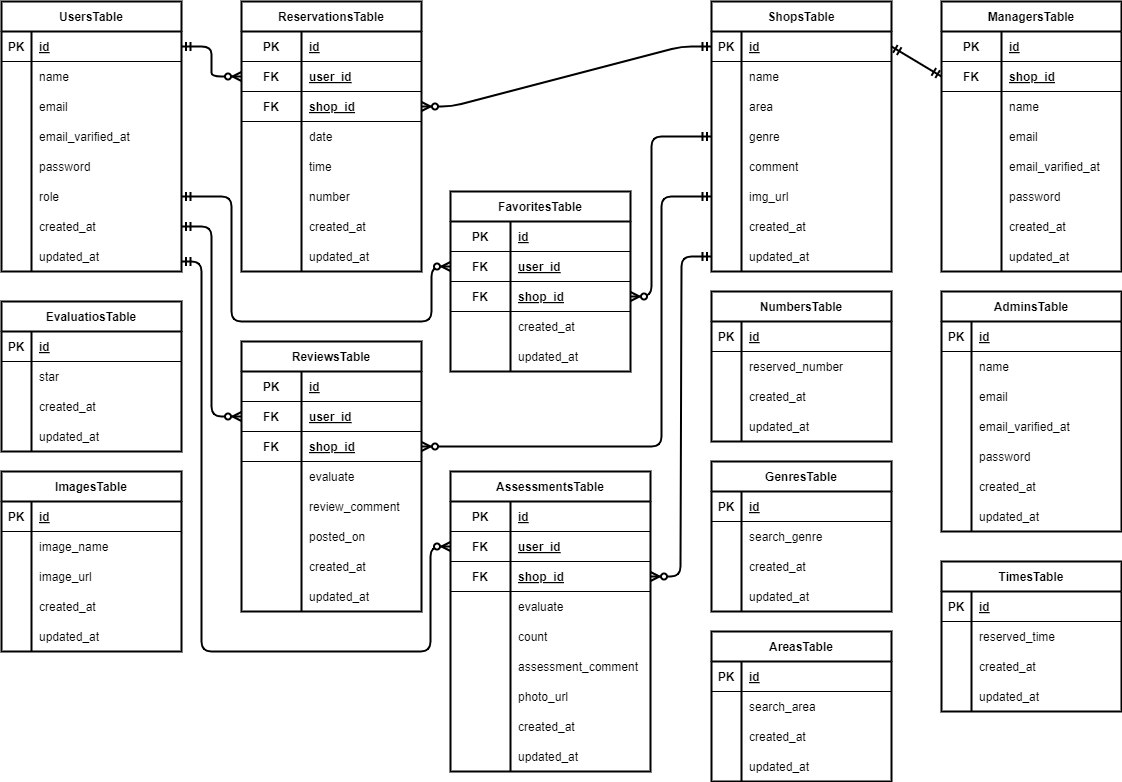
basstuba/rese keeps this draw.io diagram as rese.drawio.png. Above is the earlier version. Source tidied: cells renumbered, new cells last; positions are measured from the earlier drawing's top-left corner, leaving out a move shared by most shapes.
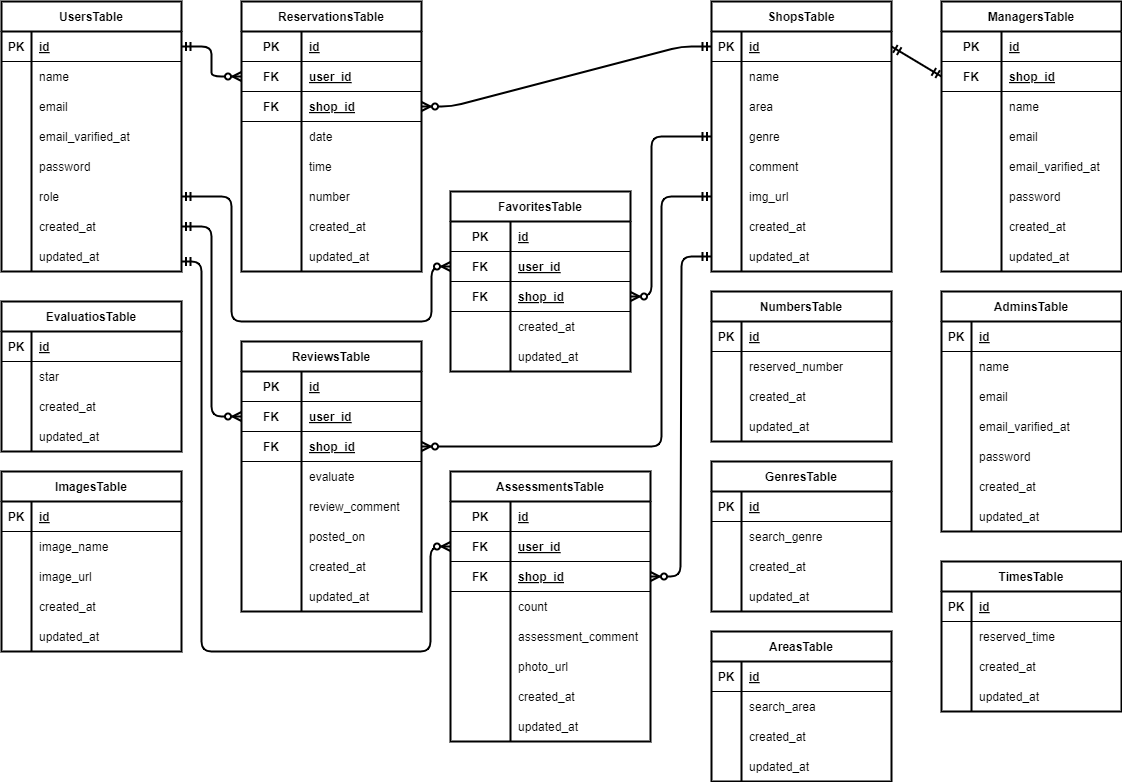
After the change.

Commit message:
README画像差し替え

Change to the diagram source:
```diff
@@ -773,7 +773,7 @@
       <mxGeometry relative="1" as="geometry" />
     </mxCell>
     <mxCell id="253" value="AssessmentsTable" style="shape=table;startSize=30;rowLines=0;fontStyle=1;align=center;swimlaneFillColor=default;strokeWidth=2;" parent="1" vertex="1">
-      <mxGeometry x="449" y="470" width="200" height="300" as="geometry" />
+      <mxGeometry x="449" y="470" width="200" height="270" as="geometry" />
     </mxCell>
     <mxCell id="254" style="shape=tableRow;horizontal=0;startSize=0;swimlaneHead=0;swimlaneBody=0;fillColor=none;top=0;left=0;right=0;bottom=1;" parent="253" vertex="1">
       <mxGeometry y="30" width="200" height="30" as="geometry" />
@@ -802,17 +802,8 @@
     <mxCell id="262" value="shop_id" style="shape=partialRectangle;fillColor=none;top=0;left=0;bottom=0;right=0;align=left;spacingLeft=6;fontStyle=5;overflow=hidden;" parent="260" vertex="1">
       <mxGeometry x="60" width="140" height="30" as="geometry" />
     </mxCell>
-    <mxCell id="263" style="shape=tableRow;horizontal=0;startSize=0;swimlaneHead=0;swimlaneBody=0;fillColor=none;top=0;left=0;right=0;bottom=0;" parent="253" vertex="1">
-      <mxGeometry y="120" width="200" height="30" as="geometry" />
-    </mxCell>
-    <mxCell id="264" style="shape=partialRectangle;fillColor=none;top=0;left=0;bottom=0;right=0;overflow=hidden;" parent="263" vertex="1">
-      <mxGeometry width="60" height="30" as="geometry" />
-    </mxCell>
-    <mxCell id="265" value="evaluate" style="shape=partialRectangle;fillColor=none;top=0;left=0;bottom=0;right=0;align=left;spacingLeft=6;overflow=hidden;" parent="263" vertex="1">
-      <mxGeometry x="60" width="140" height="30" as="geometry" />
-    </mxCell>
     <mxCell id="266" style="shape=tableRow;horizontal=0;startSize=0;swimlaneHead=0;swimlaneBody=0;fillColor=none;top=0;left=0;right=0;bottom=0;" parent="253" vertex="1">
-      <mxGeometry y="150" width="200" height="30" as="geometry" />
+      <mxGeometry y="120" width="200" height="30" as="geometry" />
     </mxCell>
     <mxCell id="267" style="shape=partialRectangle;fillColor=none;top=0;left=0;bottom=0;right=0;overflow=hidden;" parent="266" vertex="1">
       <mxGeometry width="60" height="30" as="geometry" />
@@ -821,7 +812,7 @@
       <mxGeometry x="60" width="140" height="30" as="geometry" />
     </mxCell>
     <mxCell id="269" style="shape=tableRow;horizontal=0;startSize=0;swimlaneHead=0;swimlaneBody=0;fillColor=none;top=0;left=0;right=0;bottom=0;" parent="253" vertex="1">
-      <mxGeometry y="180" width="200" height="30" as="geometry" />
+      <mxGeometry y="150" width="200" height="30" as="geometry" />
     </mxCell>
     <mxCell id="270" style="shape=partialRectangle;fillColor=none;top=0;left=0;bottom=0;right=0;overflow=hidden;" parent="269" vertex="1">
       <mxGeometry width="60" height="30" as="geometry" />
@@ -830,7 +821,7 @@
       <mxGeometry x="60" width="140" height="30" as="geometry" />
     </mxCell>
     <mxCell id="272" style="shape=tableRow;horizontal=0;startSize=0;swimlaneHead=0;swimlaneBody=0;fillColor=none;top=0;left=0;right=0;bottom=0;" parent="253" vertex="1">
-      <mxGeometry y="210" width="200" height="30" as="geometry" />
+      <mxGeometry y="180" width="200" height="30" as="geometry" />
     </mxCell>
     <mxCell id="273" style="shape=partialRectangle;fillColor=none;top=0;left=0;bottom=0;right=0;overflow=hidden;" parent="272" vertex="1">
       <mxGeometry width="60" height="30" as="geometry" />
@@ -839,7 +830,7 @@
       <mxGeometry x="60" width="140" height="30" as="geometry" />
     </mxCell>
     <mxCell id="275" style="shape=tableRow;horizontal=0;startSize=0;swimlaneHead=0;swimlaneBody=0;fillColor=none;top=0;left=0;right=0;bottom=0;" parent="253" vertex="1">
-      <mxGeometry y="240" width="200" height="30" as="geometry" />
+      <mxGeometry y="210" width="200" height="30" as="geometry" />
     </mxCell>
     <mxCell id="276" style="shape=partialRectangle;fillColor=none;top=0;left=0;bottom=0;right=0;overflow=hidden;" parent="275" vertex="1">
       <mxGeometry width="60" height="30" as="geometry" />
@@ -848,7 +839,7 @@
       <mxGeometry x="60" width="140" height="30" as="geometry" />
     </mxCell>
     <mxCell id="278" style="shape=tableRow;horizontal=0;startSize=0;swimlaneHead=0;swimlaneBody=0;fillColor=none;top=0;left=0;right=0;bottom=1;" parent="253" vertex="1">
-      <mxGeometry y="270" width="200" height="30" as="geometry" />
+      <mxGeometry y="240" width="200" height="30" as="geometry" />
     </mxCell>
     <mxCell id="279" style="shape=partialRectangle;fillColor=none;top=0;left=0;bottom=0;right=0;fontStyle=1;overflow=hidden;" parent="278" vertex="1">
       <mxGeometry width="60" height="30" as="geometry" />
```
